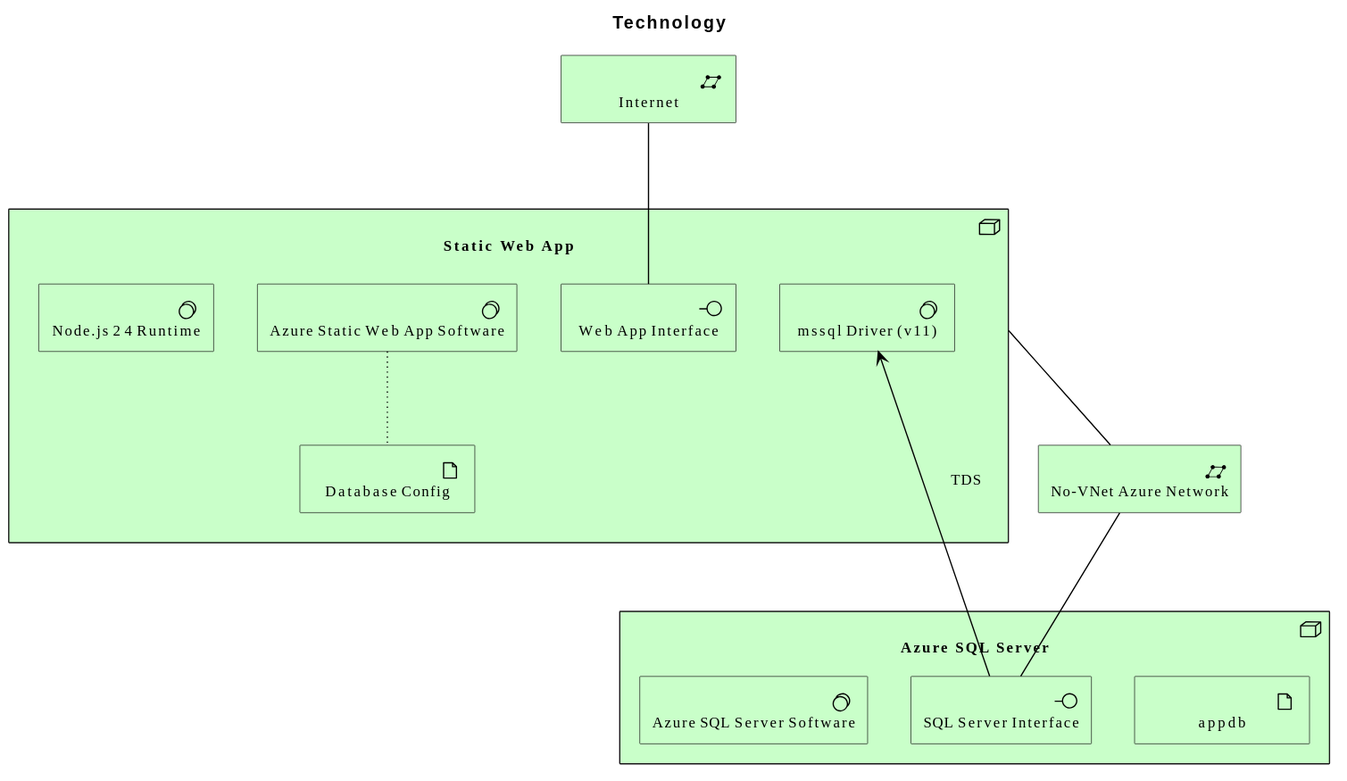
Earlier version of the PlantUML export diagrams/technology/overview.svg (wolffy-au/frictionless-sample-azure).
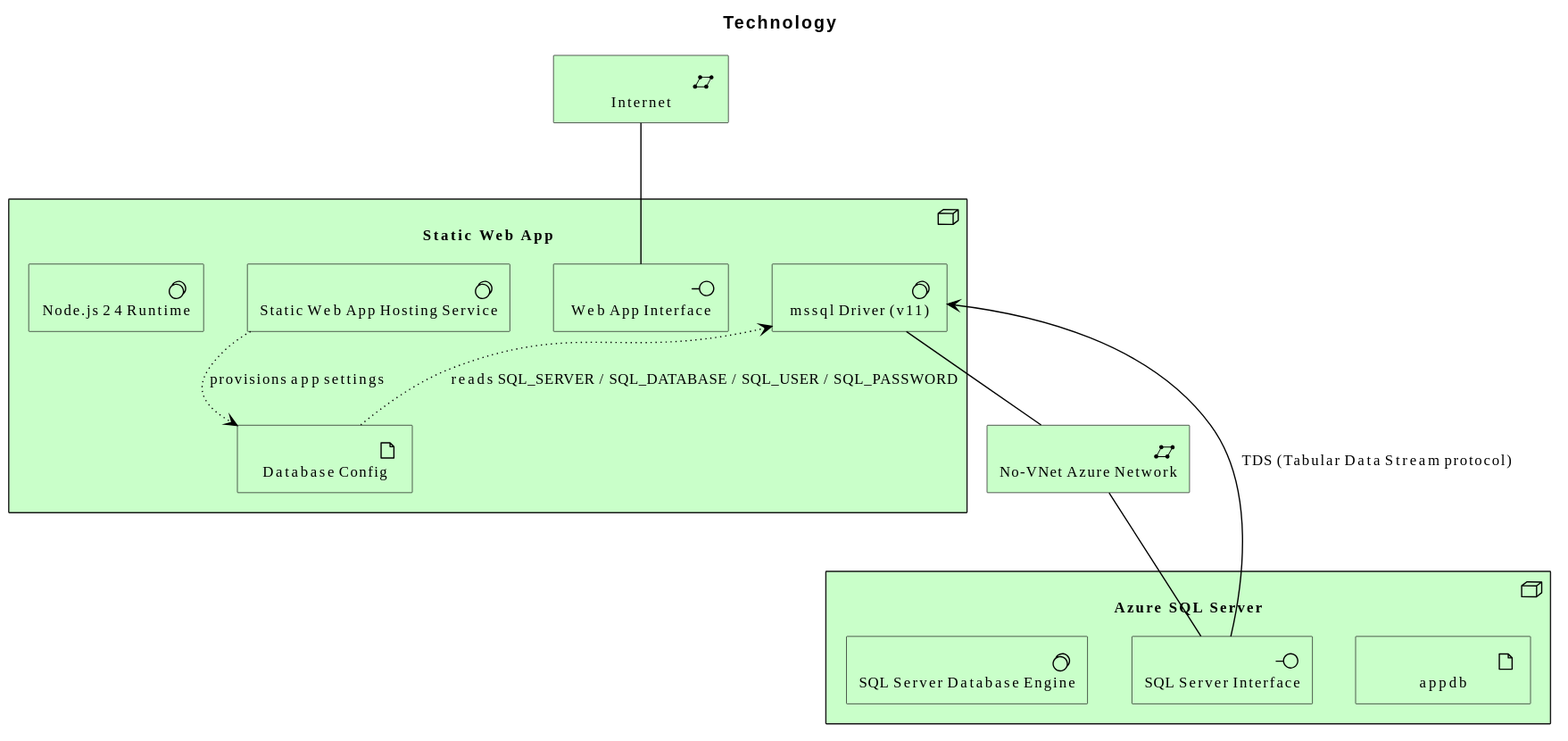
Later version of the same file.

Commit message:
refactor(architecture): tighten sample-azure Technology layer elements and relationships

Diff of the diagram source:
```diff
@@ -6,21 +6,22 @@
 Technology_Node(e_id3db5d26be8ff56, "Static Web App") {
   Technology_Artifact(e_id1ee4629338065d, "Database Config")
   Technology_Interface(e_id33cc192ee35e5b, "Web App Interface")
-  Technology_SystemSoftware(e_id3b81282895f35e, "Azure Static Web App Software")
+  Technology_SystemSoftware(e_id3b81282895f35e, "Static Web App Hosting Service")
   Technology_SystemSoftware(e_id0d25a940b29254, "Node.js 24 Runtime")
   Technology_SystemSoftware(e_id4c5fc1cbb2f459, "mssql Driver (v11)")
 }
 Technology_Node(e_idd447595fb73a5f, "Azure SQL Server") {
   Technology_Artifact(e_idf0ecd6fb3b8b5b, "appdb")
   Technology_Interface(e_id76a7034dd9ab53, "SQL Server Interface")
-  Technology_SystemSoftware(e_id30920e0c9a155d, "Azure SQL Server Software")
+  Technology_SystemSoftware(e_id30920e0c9a155d, "SQL Server Database Engine")
 }
 Technology_CommunicationNetwork(e_id5deb57760c7b5f, "No-VNet Azure Network")
 Technology_CommunicationNetwork(e_id454e7b903b8357, "Internet")
 
-Rel_Association(e_id3db5d26be8ff56, e_id5deb57760c7b5f, "")
 Rel_Association(e_id454e7b903b8357, e_id33cc192ee35e5b, "")
 Rel_Association(e_id5deb57760c7b5f, e_id76a7034dd9ab53, "")
-Rel_Access(e_id3b81282895f35e, e_id1ee4629338065d, "")
-Rel_Serving_Up(e_id76a7034dd9ab53, e_id4c5fc1cbb2f459, "TDS")
+Rel_Access_w(e_id3b81282895f35e, e_id1ee4629338065d, "provisions app settings")
+Rel_Serving_Up(e_id76a7034dd9ab53, e_id4c5fc1cbb2f459, "TDS (Tabular Data Stream protocol)")
+Rel_Association(e_id4c5fc1cbb2f459, e_id5deb57760c7b5f, "")
+Rel_Access_r(e_id4c5fc1cbb2f459, e_id1ee4629338065d, "reads SQL_SERVER / SQL_DATABASE / SQL_USER / SQL_PASSWORD")
 @enduml
```
